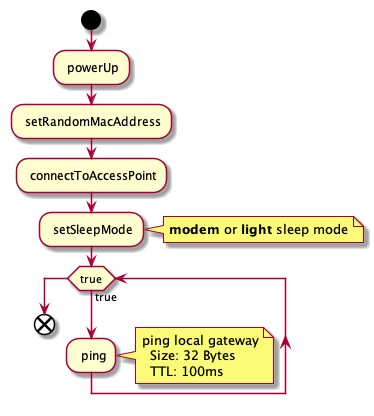
The PlantUML diagram paper/fig/sequence_modem_light_sleep.png in widmannthomas/dibse_integratives_gesamt_projekt, before a commit. The source it was exported from:
```plantuml
@startuml
start

: powerUp;
: setRandomMacAddress;
: connectToAccessPoint;
: setSleepMode;
note right
**modem** or **light** sleep mode
end note

while (true) is (true)
    : ping;
    note right
        ping local gateway
          Size: 32 Bytes
          TTL: 100ms
    end note
endwhile

end
@enduml
```
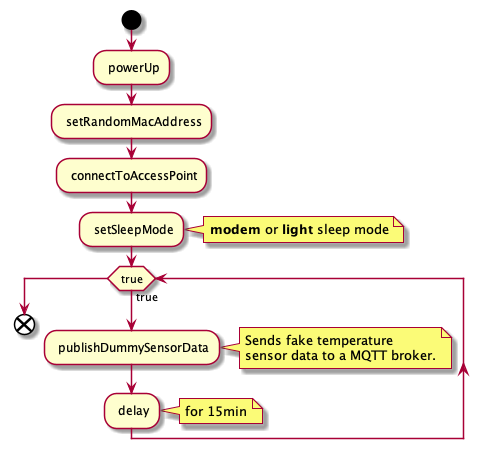
The same file after the commit.

Commit message:
sleep modes analysis

What changed in the source:
```diff
@@ -10,11 +10,14 @@
 end note
 
 while (true) is (true)
-    : ping;
+    : publishDummySensorData;
     note right
-        ping local gateway
-          Size: 32 Bytes
-          TTL: 100ms
+        Sends fake temperature
+        sensor data to a MQTT broker.
+    end note
+    : delay;
+    note right
+        for 15min
     end note
 endwhile
 
```
